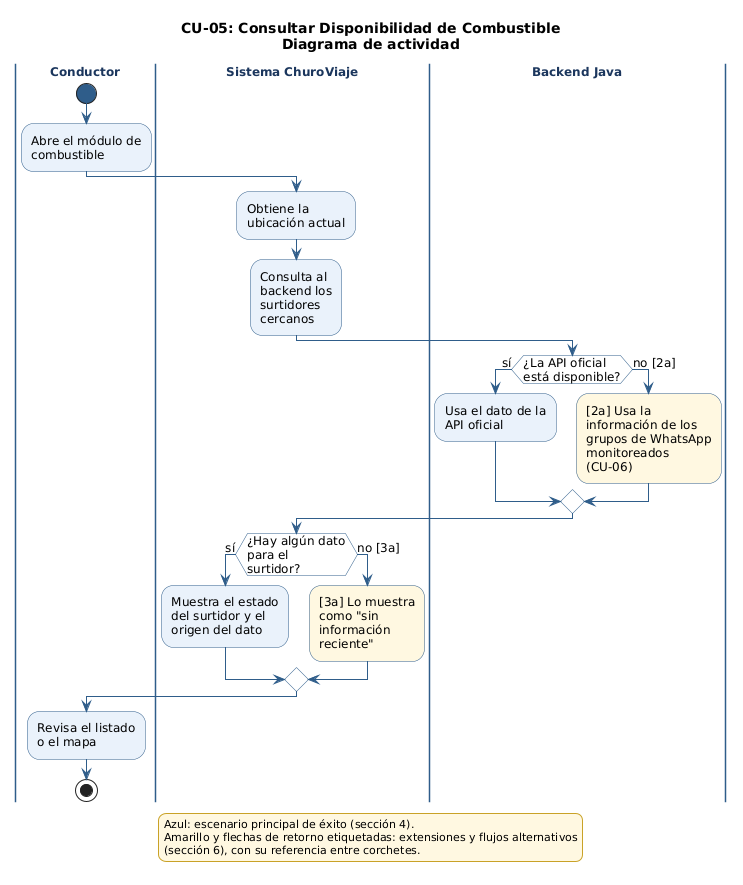
Above: 03_des/01_Diagramas_de_comportamiento/CU-05_ConsultarDisponibilidadCombustible.png in uniWASD/ChuroViajeInterno (PlantUML), before the change. Source of this version:
```plantuml
@startuml CU-05_ConsultarDisponibilidadCombustible

skinparam shadowing false
skinparam defaultFontName "DejaVu Sans"
skinparam defaultFontSize 12
skinparam wrapWidth 200
skinparam ArrowColor #2F5D8A
skinparam activity {
  BackgroundColor #EAF2FB
  BorderColor #2F5D8A
  DiamondBackgroundColor #FFFFFF
  DiamondBorderColor #2F5D8A
  StartColor #2F5D8A
  EndColor #2F5D8A
}
skinparam swimlane {
  BorderColor #2F5D8A
  TitleFontStyle bold
  TitleFontColor #1B365D
}
skinparam legend {
  BackgroundColor #FFF8E1
  BorderColor #C9A227
  FontSize 11
}

title CU-05: Consultar Disponibilidad de Combustible\nDiagrama de actividad

|Conductor|
start
:Abre el módulo de
combustible;
|Sistema ChuroViaje|
:Obtiene la
ubicación actual;
:Consulta al
backend los
surtidores
cercanos;
|Backend Java|
if (¿La API oficial\nestá disponible?) then (sí)
  :Usa el dato de la
API oficial;
else (no [2a])
  #FFF8E1:[2a] Usa la
información de los
grupos de WhatsApp
monitoreados
(CU-06);
endif
|Sistema ChuroViaje|
if (¿Hay algún dato\npara el\nsurtidor?) then (sí)
  :Muestra el estado
del surtidor y el
origen del dato;
else (no [3a])
  #FFF8E1:[3a] Lo muestra
como "sin
información
reciente";
endif
|Conductor|
:Revisa el listado
o el mapa;
stop

legend bottom
  Azul: escenario principal de éxito (sección 4).
  Amarillo y flechas de retorno etiquetadas: extensiones y flujos alternativos
  (sección 6), con su referencia entre corchetes.
endlegend

@enduml
```
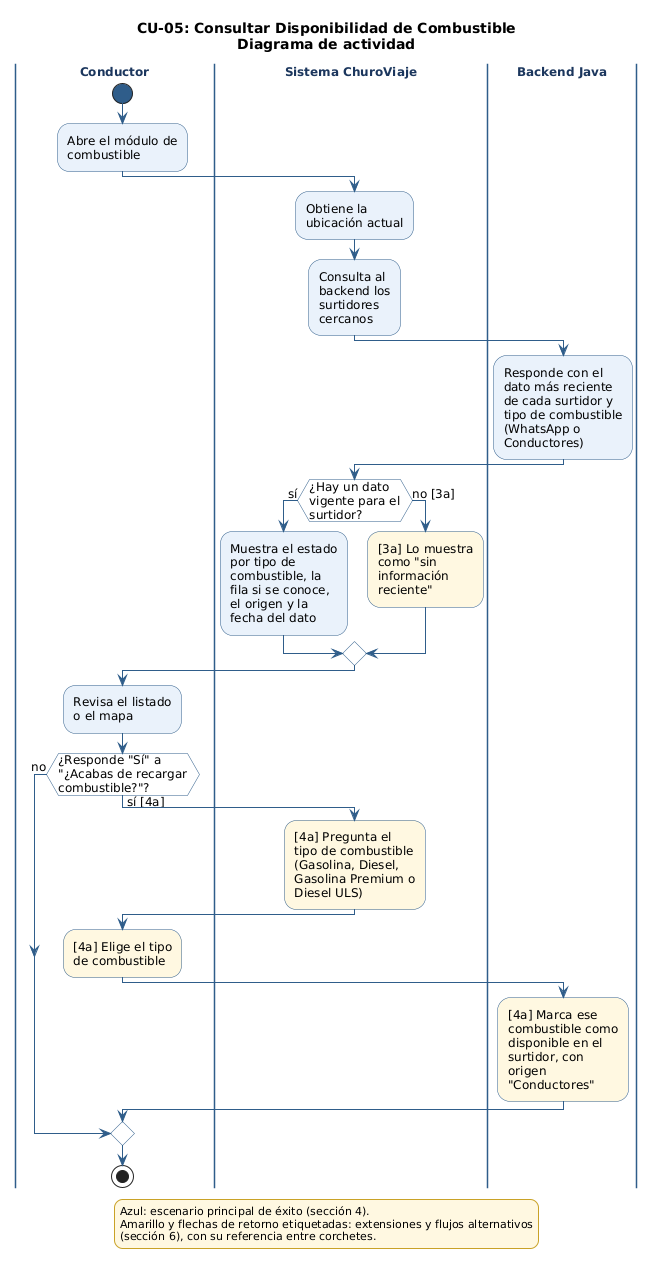
After the change.

The edit, as a diff of the source:
```diff
@@ -38,21 +38,20 @@
 surtidores
 cercanos;
 |Backend Java|
-if (¿La API oficial\nestá disponible?) then (sí)
-  :Usa el dato de la
-API oficial;
-else (no [2a])
-  #FFF8E1:[2a] Usa la
-información de los
-grupos de WhatsApp
-monitoreados
-(CU-06);
-endif
+:Responde con el
+dato más reciente
+de cada surtidor y
+tipo de combustible
+(WhatsApp o
+Conductores);
 |Sistema ChuroViaje|
-if (¿Hay algún dato\npara el\nsurtidor?) then (sí)
+if (¿Hay un dato\nvigente para el\nsurtidor?) then (sí)
   :Muestra el estado
-del surtidor y el
-origen del dato;
+por tipo de
+combustible, la
+fila si se conoce,
+el origen y la
+fecha del dato;
 else (no [3a])
   #FFF8E1:[3a] Lo muestra
 como "sin
@@ -62,6 +61,26 @@
 |Conductor|
 :Revisa el listado
 o el mapa;
+if (¿Responde "Sí" a\n"¿Acabas de recargar\ncombustible?"?) then (sí [4a])
+  |Sistema ChuroViaje|
+  #FFF8E1:[4a] Pregunta el
+tipo de combustible
+(Gasolina, Diesel,
+Gasolina Premium o
+Diesel ULS);
+  |Conductor|
+  #FFF8E1:[4a] Elige el tipo
+de combustible;
+  |Backend Java|
+  #FFF8E1:[4a] Marca ese
+combustible como
+disponible en el
+surtidor, con
+origen
+"Conductores";
+else (no)
+endif
+|Conductor|
 stop
 
 legend bottom
```
